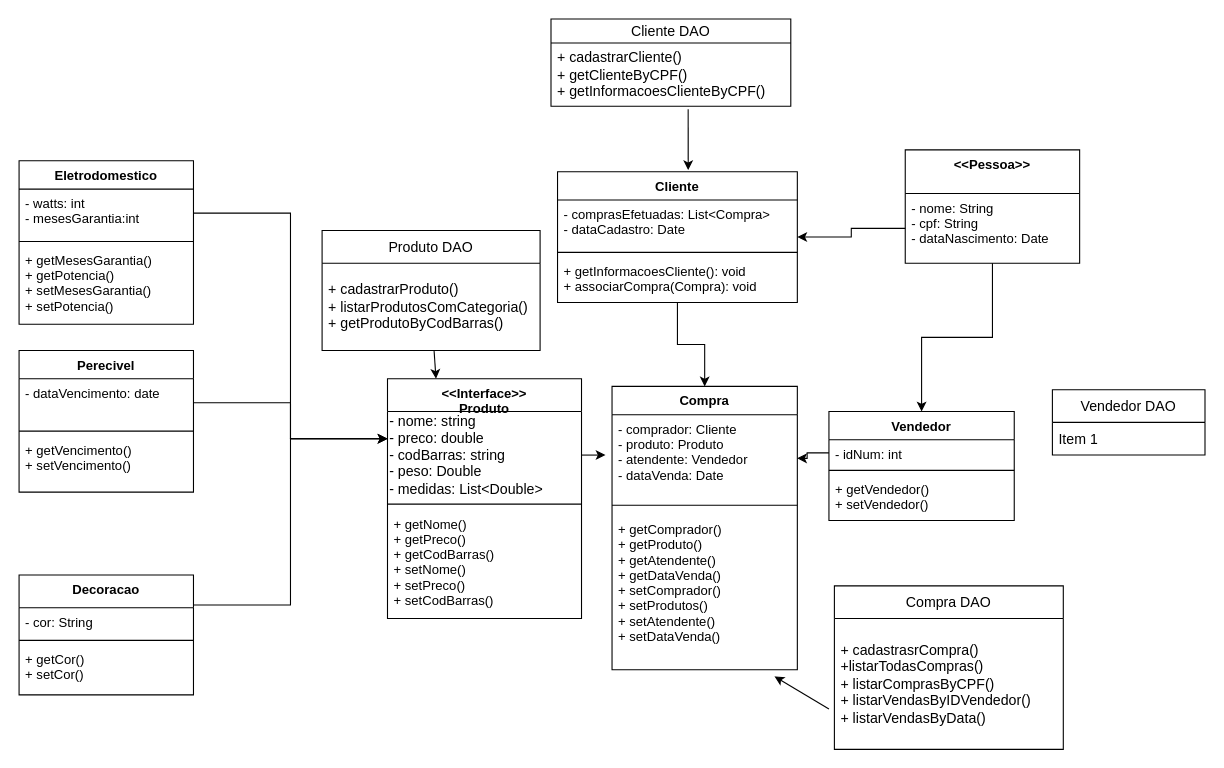
This is ProjetoLP2.drawio from jovi-j/projeto-lp2, a draw.io file, before an edit. Source tidied: cells renumbered, new cells numbered last; positions are measured from the earlier drawing's top-left corner, leaving out a move shared by most shapes. Both pictures are drawn from the tidied source at 109%, with x=0, y=0 at pixel (19, 19).
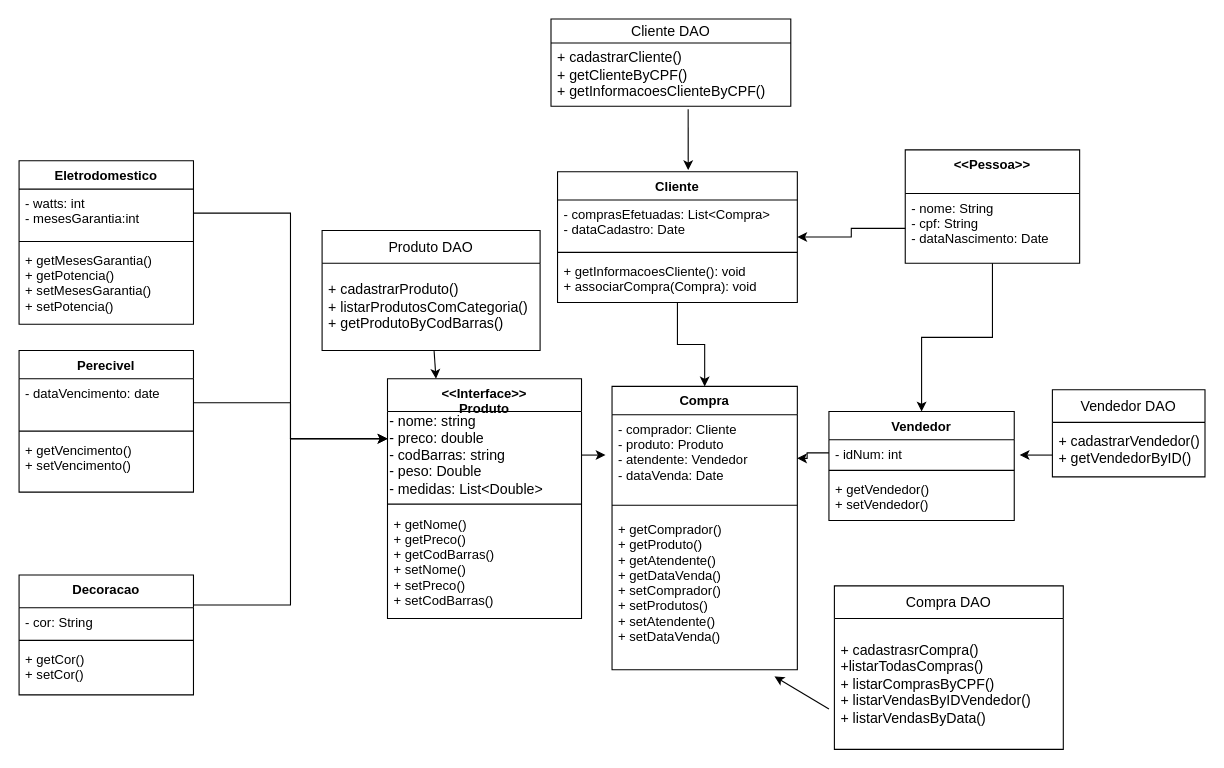
The same diagram, later.

Change to the diagram source:
```diff
@@
     <mxCell id="49" value="Vendedor DAO" style="swimlane;fontStyle=0;horizontal=1;startSize=30;whiteSpace=wrap;html=1;fontSize=13;" parent="1" vertex="1">
-      <mxGeometry x="948" y="340" width="140" height="60" as="geometry" />
+      <mxGeometry x="948" y="340" width="140" height="80" as="geometry" />
     </mxCell>
-    <mxCell id="50" value="Item 1" style="text;strokeColor=none;fillColor=none;align=left;verticalAlign=middle;spacingLeft=4;spacingRight=4;overflow=hidden;points=[[0,0.5],[1,0.5]];portConstraint=eastwest;whiteSpace=wrap;html=1;fontSize=13;" parent="49" vertex="1">
-      <mxGeometry y="30" width="140" height="30" as="geometry" />
+    <mxCell id="50" value="+ cadastrarVendedor()&lt;br&gt;+ getVendedorByID()" style="text;strokeColor=none;fillColor=none;align=left;verticalAlign=middle;spacingLeft=4;spacingRight=4;overflow=hidden;points=[[0,0.5],[1,0.5]];portConstraint=eastwest;whiteSpace=wrap;html=1;fontSize=13;" parent="49" vertex="1">
+      <mxGeometry y="30" width="140" height="50" as="geometry" />
     </mxCell>
+    <mxCell id="51" style="endArrow=classic;html=1;rounded=0;fontSize=13;exitX=0;exitY=0.6;exitDx=0;exitDy=0;exitPerimeter=0;" parent="1" edge="1" source="50">
+      <mxGeometry relative="1" as="geometry">
+        <mxPoint x="918" y="400" as="targetPoint" />
+      </mxGeometry>
+    </mxCell>
```
